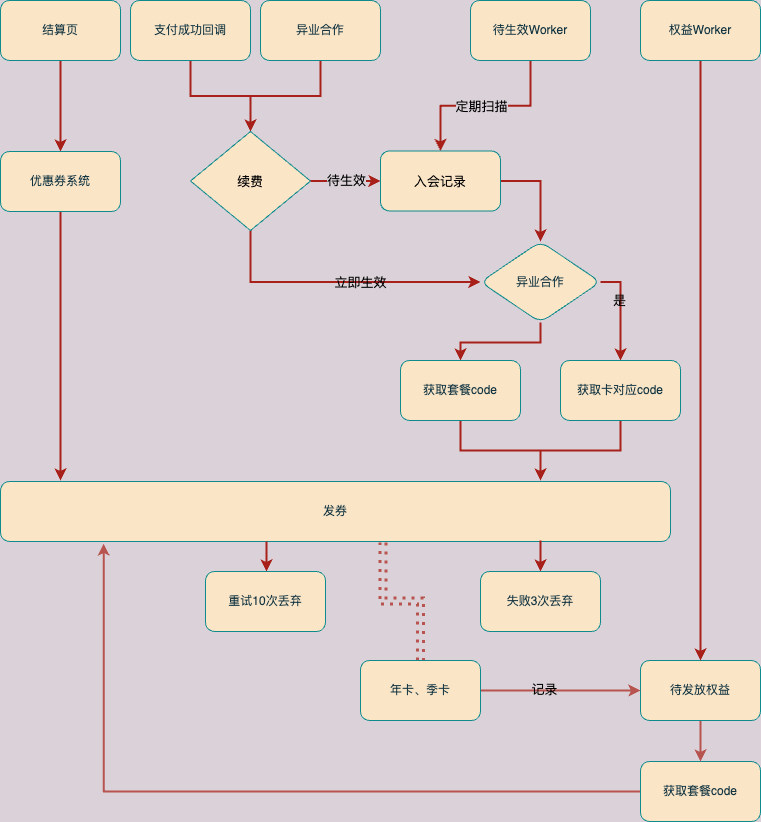
The draw.io diagram 会员权益.png in 845642761/diagram, before a commit. Source tidied: cells renumbered, new cells last; positions are measured from the earlier drawing's top-left corner, leaving out a move shared by most shapes.
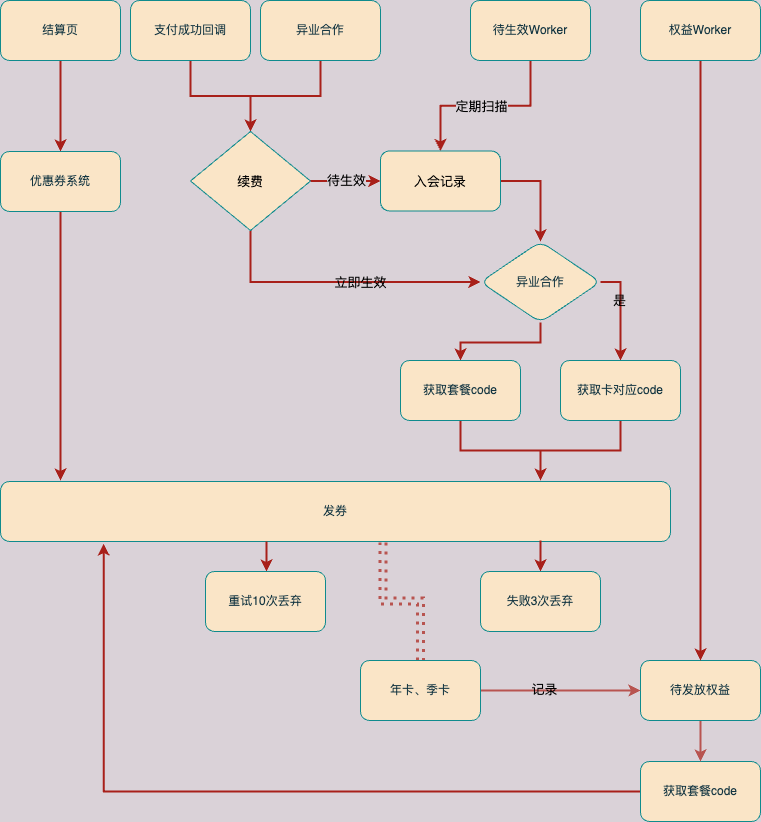
After the commit.

Commit message:
更新会员权益.png

Diff of the diagram source:
```diff
@@ -69,7 +69,7 @@
     <mxCell id="19" value="重试10次丢弃" style="whiteSpace=wrap;html=1;fillColor=#FAE5C7;strokeColor=#0F8B8D;fontColor=#143642;rounded=1;labelBackgroundColor=none;" parent="1" vertex="1">
       <mxGeometry x="205" y="571" width="120" height="60" as="geometry" />
     </mxCell>
-    <mxCell id="20" style="edgeStyle=orthogonalEdgeStyle;rounded=0;jettySize=auto;html=1;fontSize=13;fontColor=#000000;strokeColor=#B85450;strokeWidth=2;fillColor=#FAE5C7;entryX=0.154;entryY=1.033;entryDx=0;entryDy=0;entryPerimeter=0;exitX=0;exitY=0.5;exitDx=0;exitDy=0;" parent="1" edge="1" source="21" target="6">
+    <mxCell id="20" style="edgeStyle=orthogonalEdgeStyle;rounded=0;jettySize=auto;html=1;fontSize=13;fontColor=#000000;strokeColor=#A8201A;strokeWidth=2;fillColor=#FAE5C7;entryX=0.154;entryY=1.033;entryDx=0;entryDy=0;entryPerimeter=0;exitX=0;exitY=0.5;exitDx=0;exitDy=0;" parent="1" edge="1" source="21" target="6">
       <mxGeometry relative="1" as="geometry" />
     </mxCell>
     <mxCell id="21" value="获取套餐code" style="whiteSpace=wrap;html=1;fillColor=#FAE5C7;strokeColor=#0F8B8D;fontColor=#143642;rounded=1;labelBackgroundColor=none;" parent="1" vertex="1">
```
